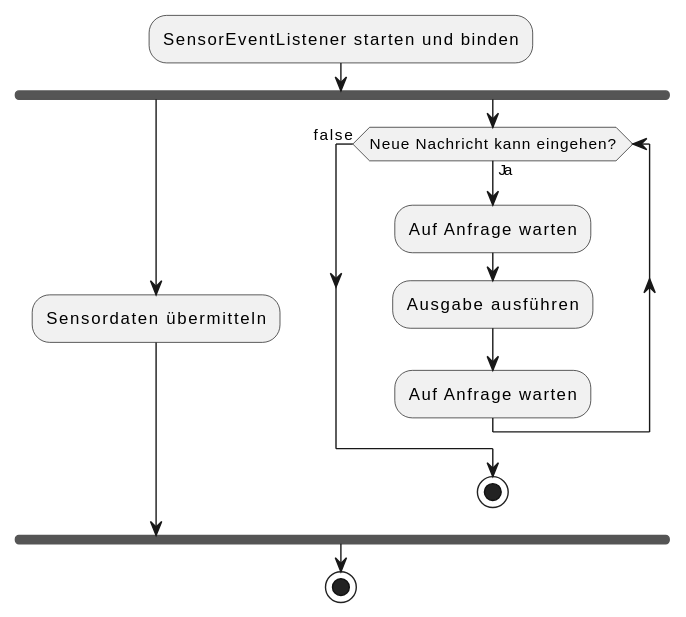
Above: LaTeXThesis/images/app_ablauf.svg in mcerwenetz/BA (PlantUML), before the change.
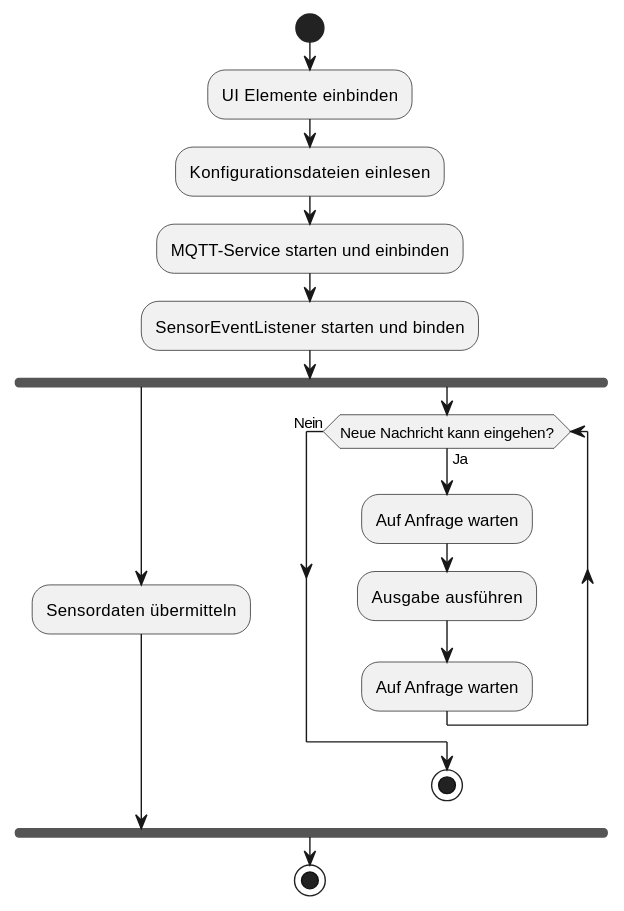
After the change.

Change to the diagram source:
```diff
@@ -1,4 +1,8 @@
 @startuml
+start
+:UI Elemente einbinden;
+:Konfigurationsdateien einlesen;
+:MQTT-Service starten und einbinden;
 :SensorEventListener starten und binden;
 fork
 	:Sensordaten übermitteln;
@@ -7,7 +11,7 @@
 	:Auf Anfrage warten;
 	:Ausgabe ausführen;
 	:Auf Anfrage warten;
-	endwhile (false)
+	endwhile (Nein)
 	stop
 end fork
 stop
```
